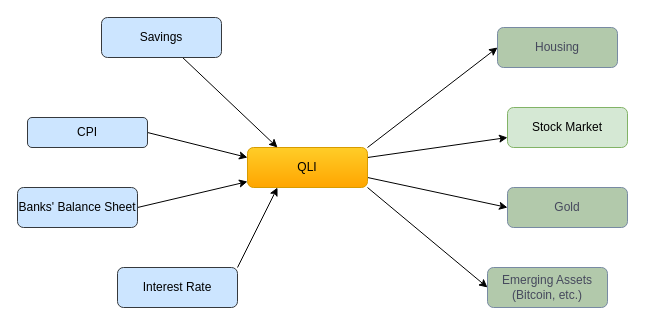
This is page "concept" (1 of 3) of concept.drawio from quantalucia/qli, a draw.io file, before an edit. Source tidied: cells renumbered, new cells numbered last; positions are measured from the earlier drawing's top-left corner, leaving out a move shared by most shapes. Both pictures are drawn from the tidied source at 100%, with x=0, y=0 at pixel (-23, -58).
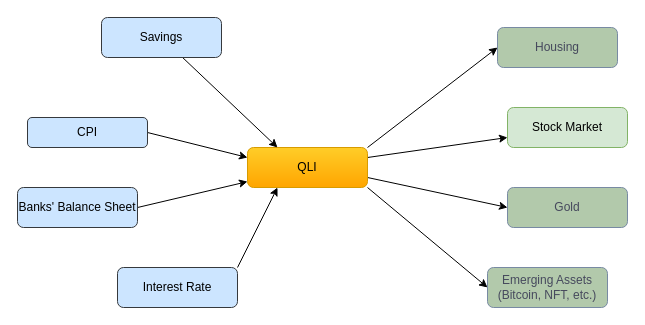
The same diagram, later.

Diff of the diagram source:
```diff
@@
-    <mxCell id="18" value="Emerging Assets&lt;br&gt;(Bitcoin, etc.)" style="rounded=1;whiteSpace=wrap;html=1;fontSize=12;glass=0;strokeWidth=1;shadow=0;fillColor=#B2C9AB;strokeColor=#788AA3;fontColor=#46495D;" parent="1" vertex="1">
+    <mxCell id="18" value="Emerging Assets&lt;br&gt;(Bitcoin, NFT, etc.)" style="rounded=1;whiteSpace=wrap;html=1;fontSize=12;glass=0;strokeWidth=1;shadow=0;fillColor=#B2C9AB;strokeColor=#788AA3;fontColor=#46495D;" parent="1" vertex="1">
       <mxGeometry x="510" y="325" width="120" height="40" as="geometry" />
     </mxCell>
```
